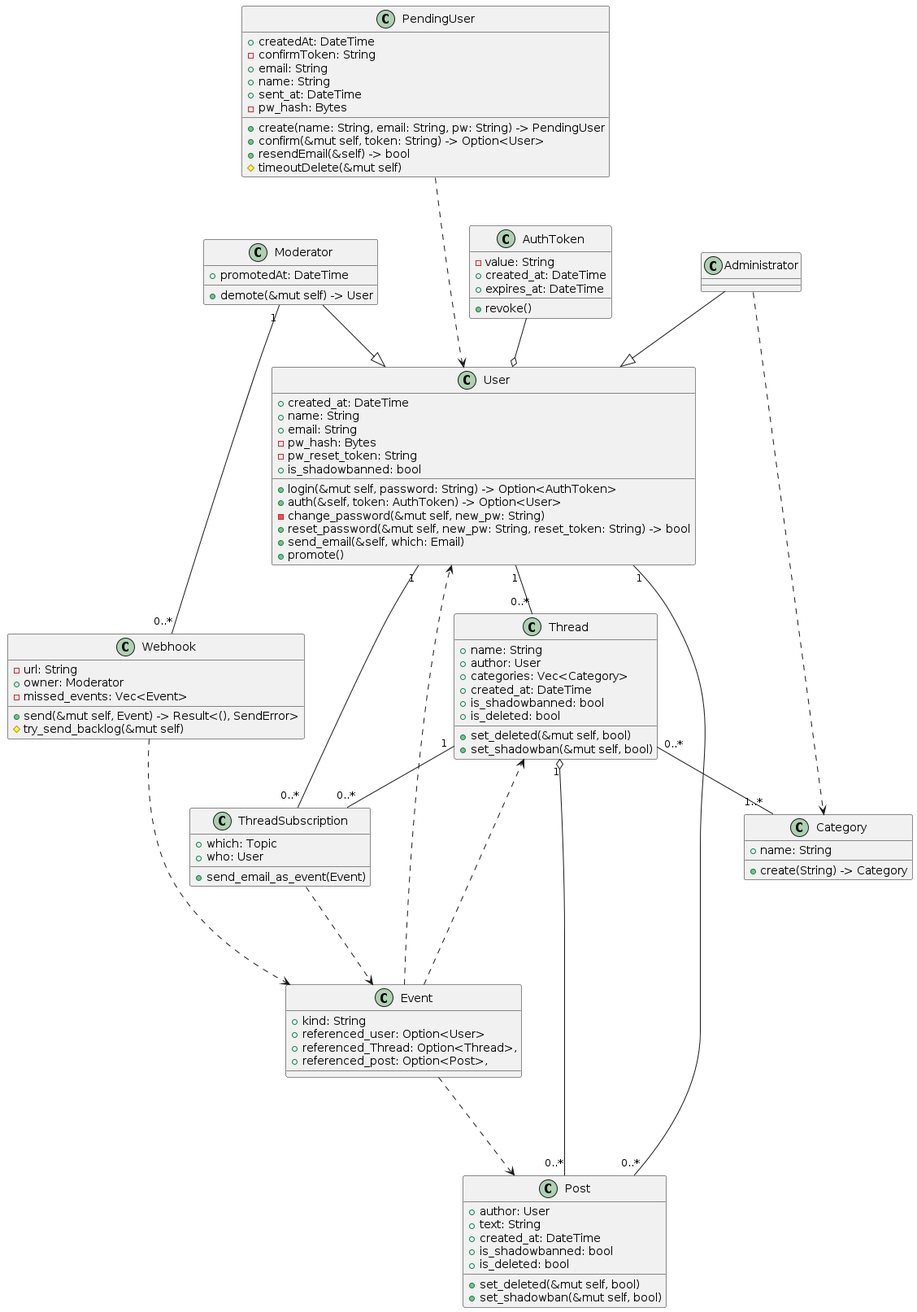
The PlantUML diagram diagrams/db-classes.plantuml-rendered.png in danya02/rudn-year3-uml, before a commit.
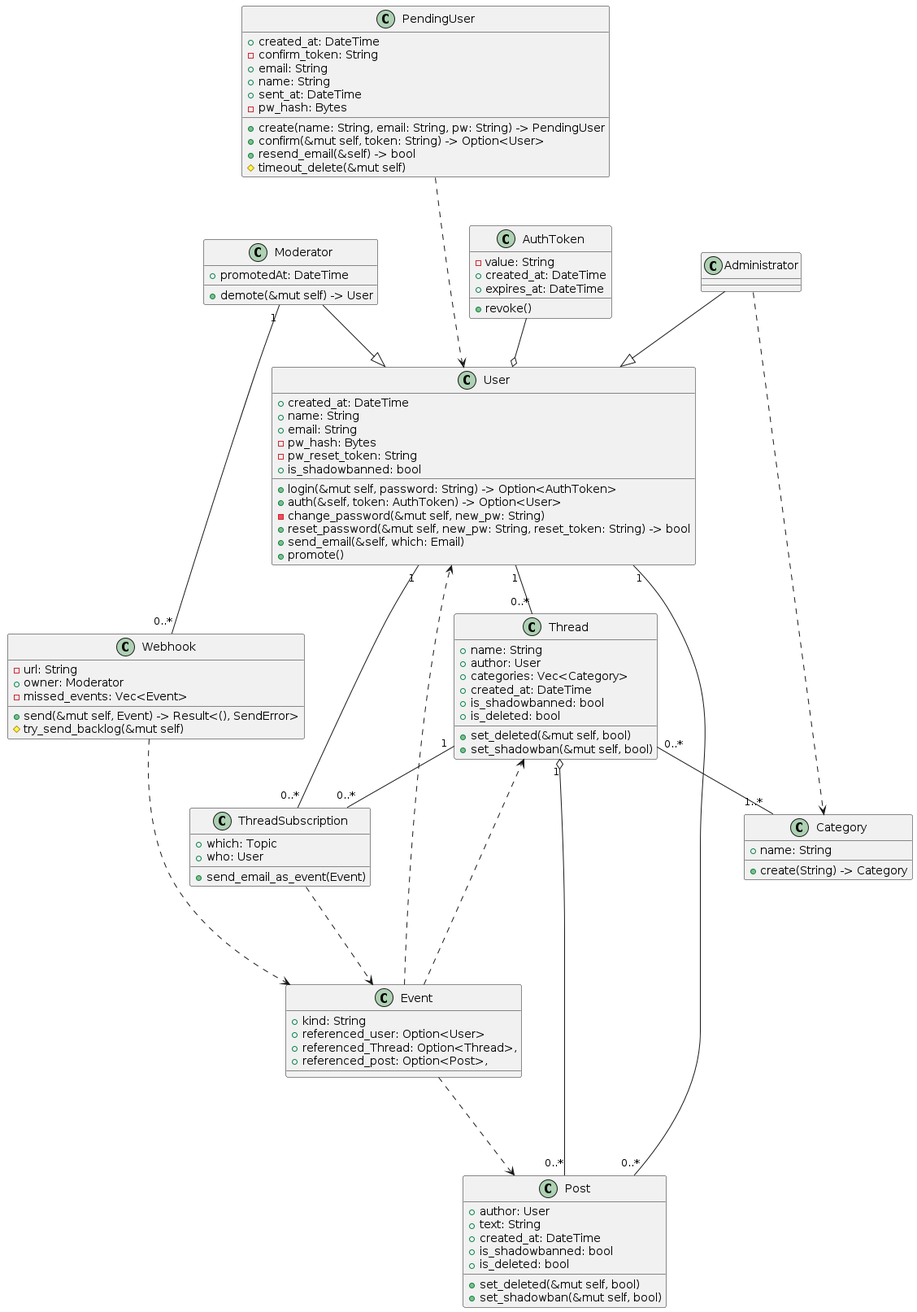
Above is the later version.

Change to the diagram source:
```diff
@@ -1,16 +1,16 @@
 @startuml DatabaseClasses
 
 class PendingUser {
- + createdAt: DateTime
- - confirmToken: String
+ + created_at: DateTime
+ - confirm_token: String
  + email: String
  + name: String
  + sent_at: DateTime
  - pw_hash: Bytes
  + create(name: String, email: String, pw: String) -> PendingUser
  + confirm(&mut self, token: String) -> Option<User>
- + resendEmail(&self) -> bool
- # timeoutDelete(&mut self)
+ + resend_email(&self) -> bool
+ # timeout_delete(&mut self)
 }
 
 class User {
```
